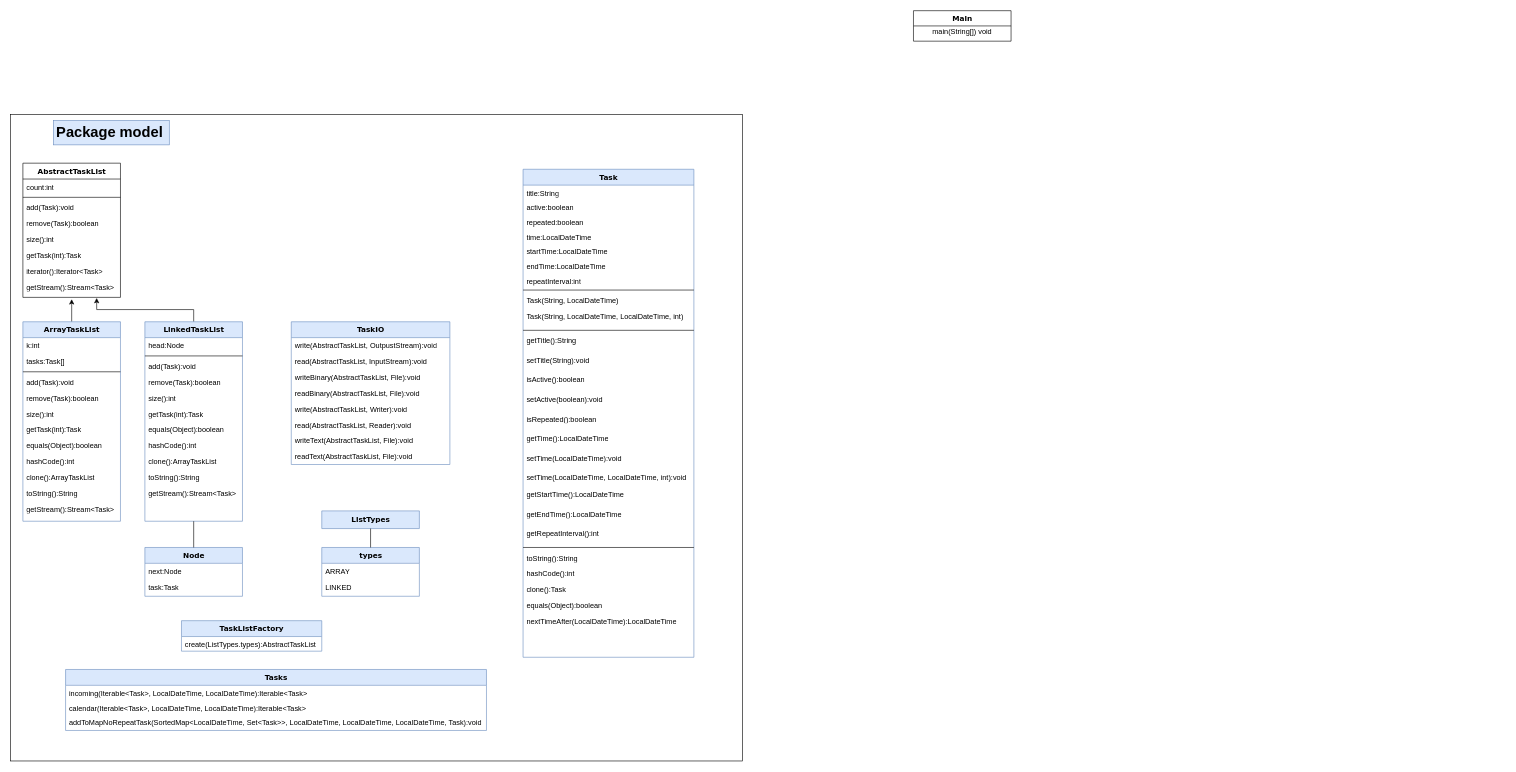
The draw.io diagram Untitled Diagram.drawio in Maxuha/NCTaskManager, before the edit. Source tidied: cells renumbered, new cells numbered last; positions are measured from the earlier drawing's top-left corner, leaving out a move shared by most shapes. Both pictures are drawn from the tidied source at 61%, with x=0, y=0 at pixel (10, 10).
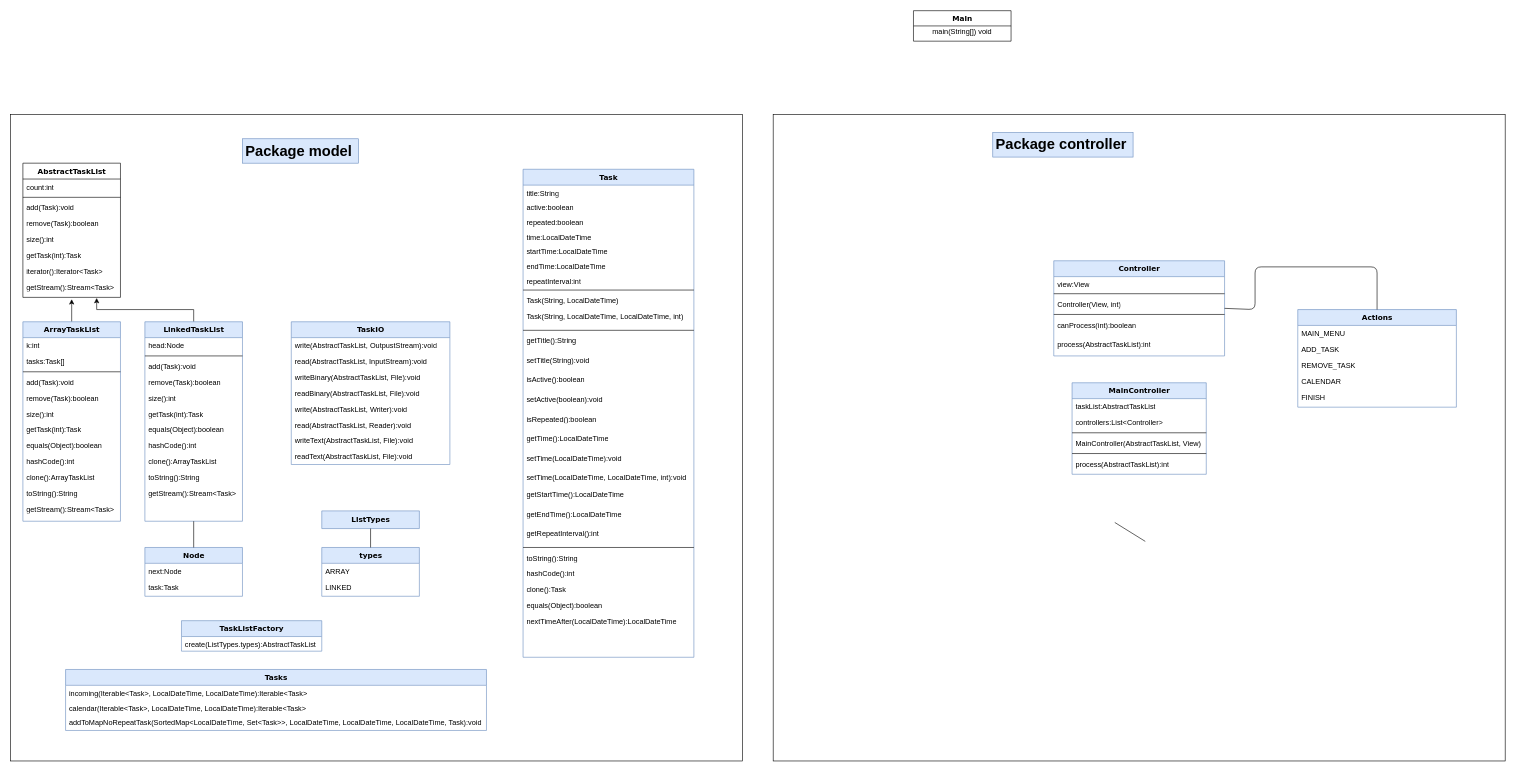
Above is the later version.

What changed in the source:
```diff
@@
     <mxCell id="28" value="&lt;h1&gt;Package model&lt;/h1&gt;" style="text;html=1;strokeColor=#6c8ebf;fillColor=#dae8fc;spacing=5;spacingTop=-20;whiteSpace=wrap;overflow=hidden;rounded=0;glass=0;" parent="1" vertex="1">
-      <mxGeometry x="70" y="180" width="190" height="40" as="geometry" />
+      <mxGeometry x="380" y="210" width="190" height="40" as="geometry" />
     </mxCell>
@@
+    <mxCell id="96" style="rounded=0;whiteSpace=wrap;html=1;glass=0;" parent="1" vertex="1">
+      <mxGeometry x="1250" y="170" width="1200" height="1060" as="geometry" />
+    </mxCell>
+    <mxCell id="97" value="MainController" style="swimlane;html=1;fontStyle=1;align=center;verticalAlign=top;horizontal=1;startSize=26;swimlaneFillColor=#ffffff;rounded=0;shadow=0;comic=0;labelBackgroundColor=none;strokeWidth=1;fillColor=#dae8fc;fontFamily=Verdana;fontSize=12;strokeColor=#6c8ebf;" parent="1" vertex="1">
+      <mxGeometry x="1740" y="610" width="220" height="150" as="geometry" />
+    </mxCell>
+    <mxCell id="98" value="taskList:AbstractTaskList" style="text;html=1;strokeColor=none;fillColor=none;align=left;verticalAlign=top;spacingLeft=4;spacingRight=4;whiteSpace=wrap;overflow=hidden;" parent="97" vertex="1">
+      <mxGeometry y="26" width="220" height="26" as="geometry" />
+    </mxCell>
+    <mxCell id="99" value="controllers:List&amp;lt;Controller&amp;gt;" style="text;html=1;strokeColor=none;fillColor=none;align=left;verticalAlign=top;spacingLeft=4;spacingRight=4;whiteSpace=wrap;overflow=hidden;" parent="97" vertex="1">
+      <mxGeometry y="52" width="220" height="26" as="geometry" />
+    </mxCell>
+    <mxCell id="100" style="line;html=1;strokeWidth=1;fillColor=none;align=left;verticalAlign=middle;spacingTop=-1;spacingLeft=3;spacingRight=3;labelPosition=right;" parent="97" vertex="1">
+      <mxGeometry y="78" width="220" height="8" as="geometry" />
+    </mxCell>
+    <mxCell id="101" value="MainController(AbstractTaskList, View)" style="text;html=1;strokeColor=none;fillColor=none;align=left;verticalAlign=top;spacingLeft=4;spacingRight=4;whiteSpace=wrap;overflow=hidden;" parent="97" vertex="1">
+      <mxGeometry y="86" width="220" height="26" as="geometry" />
+    </mxCell>
+    <mxCell id="102" style="line;html=1;strokeWidth=1;fillColor=none;align=left;verticalAlign=middle;spacingTop=-1;spacingLeft=3;spacingRight=3;labelPosition=right;" parent="97" vertex="1">
+      <mxGeometry y="112" width="220" height="8" as="geometry" />
+    </mxCell>
+    <mxCell id="103" value="process(AbstractTaskList):int" style="text;html=1;strokeColor=none;fillColor=none;align=left;verticalAlign=top;spacingLeft=4;spacingRight=4;whiteSpace=wrap;overflow=hidden;" parent="97" vertex="1">
+      <mxGeometry y="120" width="220" height="26" as="geometry" />
+    </mxCell>
+    <mxCell id="104" value="&lt;h1&gt;Package controller&lt;/h1&gt;" style="text;html=1;strokeColor=#6c8ebf;fillColor=#dae8fc;spacing=5;spacingTop=-20;whiteSpace=wrap;overflow=hidden;rounded=0;glass=0;" parent="1" vertex="1">
+      <mxGeometry x="1610" y="200" width="230" height="40" as="geometry" />
+    </mxCell>
+    <mxCell id="105" value="Controller" style="swimlane;html=1;fontStyle=1;align=center;verticalAlign=top;horizontal=1;startSize=26;swimlaneFillColor=#ffffff;rounded=0;shadow=0;comic=0;labelBackgroundColor=none;strokeWidth=1;fillColor=#dae8fc;fontFamily=Verdana;fontSize=12;strokeColor=#6c8ebf;" parent="1" vertex="1">
+      <mxGeometry x="1710" y="410" width="280" height="156" as="geometry" />
+    </mxCell>
+    <mxCell id="106" value="view:View" style="text;html=1;strokeColor=none;fillColor=none;align=left;verticalAlign=top;spacingLeft=4;spacingRight=4;whiteSpace=wrap;overflow=hidden;" parent="105" vertex="1">
+      <mxGeometry y="26" width="280" height="24" as="geometry" />
+    </mxCell>
+    <mxCell id="107" style="line;html=1;strokeWidth=1;fillColor=none;align=left;verticalAlign=middle;spacingTop=-1;spacingLeft=3;spacingRight=3;labelPosition=right;" parent="105" vertex="1">
+      <mxGeometry y="50" width="280" height="8" as="geometry" />
+    </mxCell>
+    <mxCell id="108" value="Controller(View, int)" style="text;html=1;strokeColor=none;fillColor=none;align=left;verticalAlign=top;spacingLeft=4;spacingRight=4;whiteSpace=wrap;overflow=hidden;" parent="105" vertex="1">
+      <mxGeometry y="58" width="280" height="26" as="geometry" />
+    </mxCell>
+    <mxCell id="109" style="line;html=1;strokeWidth=1;fillColor=none;align=left;verticalAlign=middle;spacingTop=-1;spacingLeft=3;spacingRight=3;labelPosition=right;" parent="105" vertex="1">
+      <mxGeometry y="84" width="280" height="8" as="geometry" />
+    </mxCell>
+    <mxCell id="110" value="canProcess(int):boolean" style="text;html=1;strokeColor=none;fillColor=none;align=left;verticalAlign=top;spacingLeft=4;spacingRight=4;whiteSpace=wrap;overflow=hidden;" parent="105" vertex="1">
+      <mxGeometry y="92" width="280" height="32" as="geometry" />
+    </mxCell>
+    <mxCell id="111" value="process(AbstractTaskList):int" style="text;html=1;strokeColor=none;fillColor=none;align=left;verticalAlign=top;spacingLeft=4;spacingRight=4;whiteSpace=wrap;overflow=hidden;" parent="105" vertex="1">
+      <mxGeometry y="124" width="280" height="32" as="geometry" />
+    </mxCell>
+    <mxCell id="112" value="Actions" style="swimlane;html=1;fontStyle=1;align=center;verticalAlign=top;horizontal=1;startSize=26;swimlaneFillColor=#ffffff;rounded=0;shadow=0;comic=0;labelBackgroundColor=none;strokeWidth=1;fillColor=#dae8fc;fontFamily=Verdana;fontSize=12;strokeColor=#6c8ebf;" parent="1" vertex="1">
+      <mxGeometry x="2110" y="490" width="260" height="160" as="geometry" />
+    </mxCell>
+    <mxCell id="113" value="MAIN_MENU" style="text;html=1;strokeColor=none;fillColor=none;align=left;verticalAlign=top;spacingLeft=4;spacingRight=4;whiteSpace=wrap;overflow=hidden;" parent="112" vertex="1">
+      <mxGeometry y="26" width="260" height="26" as="geometry" />
+    </mxCell>
+    <mxCell id="114" value="ADD_TASK" style="text;html=1;strokeColor=none;fillColor=none;align=left;verticalAlign=top;spacingLeft=4;spacingRight=4;whiteSpace=wrap;overflow=hidden;" parent="112" vertex="1">
+      <mxGeometry y="52" width="260" height="26" as="geometry" />
+    </mxCell>
+    <mxCell id="115" value="REMOVE_TASK" style="text;html=1;strokeColor=none;fillColor=none;align=left;verticalAlign=top;spacingLeft=4;spacingRight=4;whiteSpace=wrap;overflow=hidden;" parent="112" vertex="1">
+      <mxGeometry y="78" width="260" height="26" as="geometry" />
+    </mxCell>
+    <mxCell id="116" value="CALENDAR" style="text;html=1;strokeColor=none;fillColor=none;align=left;verticalAlign=top;spacingLeft=4;spacingRight=4;whiteSpace=wrap;overflow=hidden;" parent="112" vertex="1">
+      <mxGeometry y="104" width="260" height="26" as="geometry" />
+    </mxCell>
+    <mxCell id="117" value="FINISH" style="text;html=1;strokeColor=none;fillColor=none;align=left;verticalAlign=top;spacingLeft=4;spacingRight=4;whiteSpace=wrap;overflow=hidden;" parent="112" vertex="1">
+      <mxGeometry y="130" width="260" height="26" as="geometry" />
+    </mxCell>
+    <mxCell id="118" style="endArrow=none;html=1;exitX=0.5;exitY=1;exitDx=0;exitDy=0;entryX=0.5;entryY=0;entryDx=0;entryDy=0;" parent="1" edge="1">
+      <mxGeometry relative="1" as="geometry">
+        <mxPoint x="1810" y="839" as="sourcePoint" />
+        <mxPoint x="1860" y="870" as="targetPoint" />
+      </mxGeometry>
+    </mxCell>
+    <mxCell id="119" style="endArrow=none;html=1;exitX=0.5;exitY=0;exitDx=0;exitDy=0;entryX=1;entryY=0.5;entryDx=0;entryDy=0;" parent="1" edge="1" source="112" target="105">
+      <mxGeometry relative="1" as="geometry">
+        <Array as="points">
+          <mxPoint x="2240" y="420" />
+          <mxPoint x="2040" y="420" />
+          <mxPoint x="2040" y="490" />
+        </Array>
+      </mxGeometry>
+    </mxCell>
```
